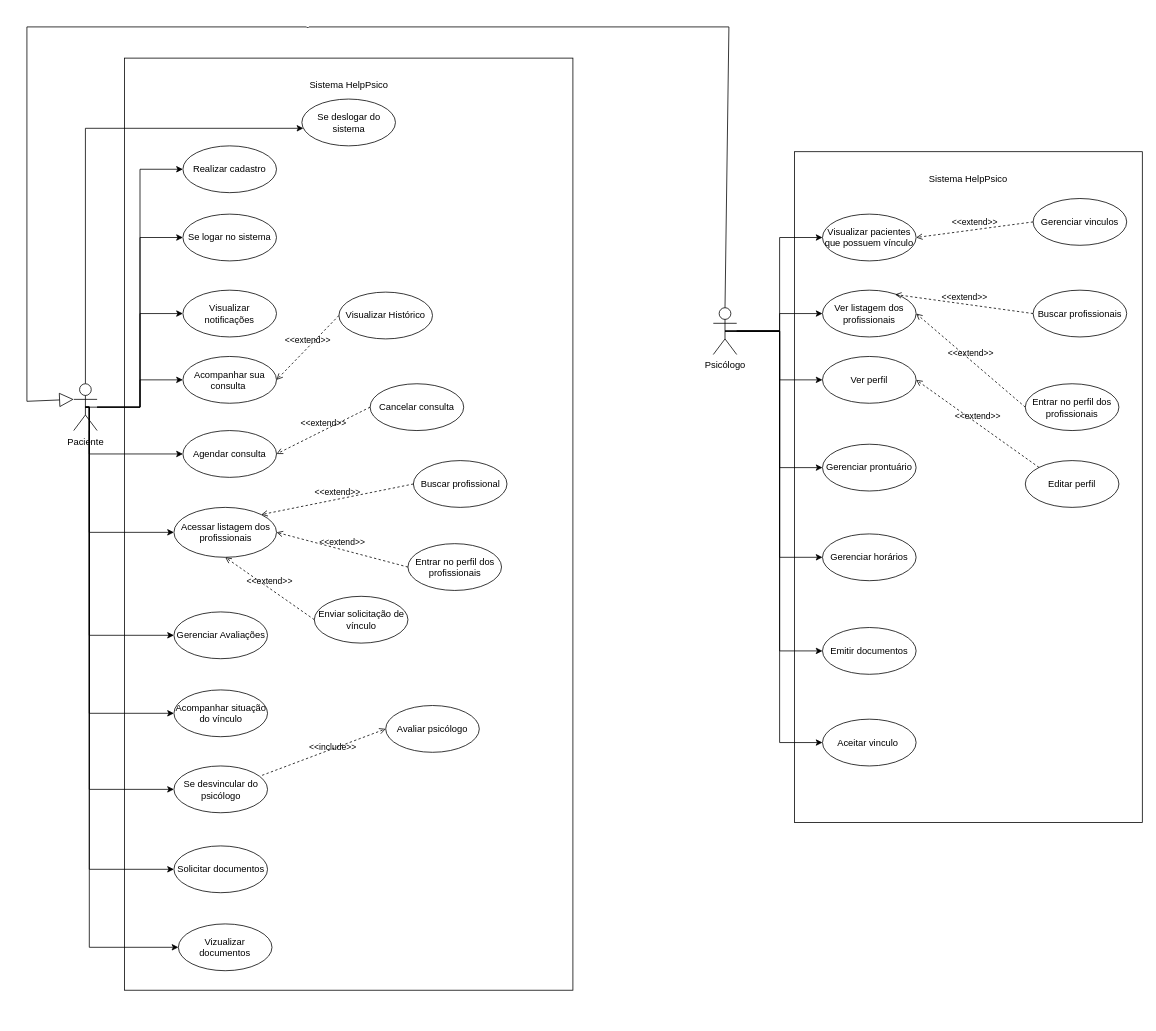
Before: Diagrama de caso de uso.drawio in LiraTecnologic/helppsico-documentacao, a draw.io diagram. Source tidied: cells renumbered, new cells numbered last; positions are measured from the earlier drawing's top-left corner, leaving out a move shared by most shapes. Both pictures are drawn from the tidied source at 78%, with x=0, y=0 at pixel (27, 27).
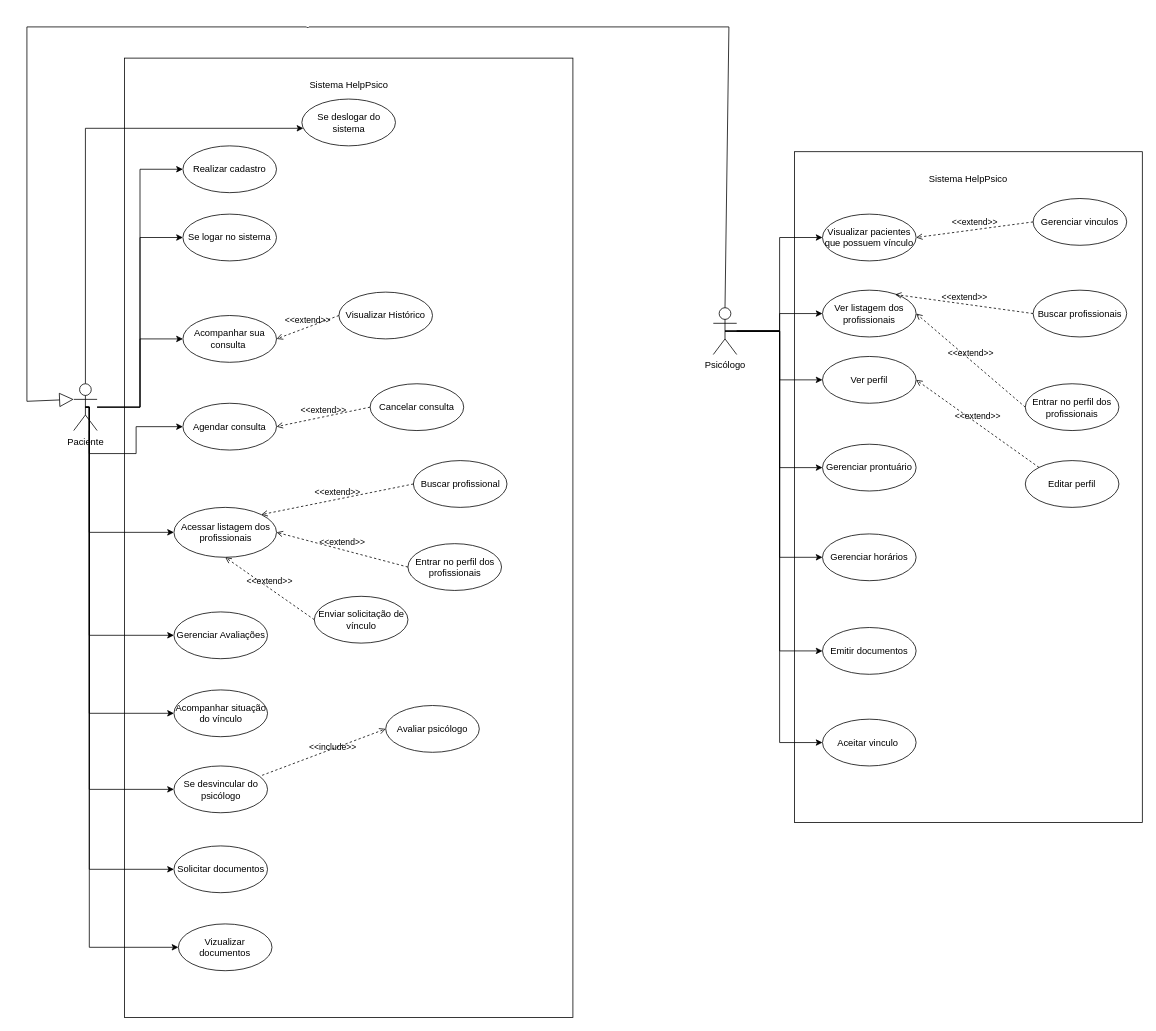
After the change.

Commit message (it also covers changes not shown here):
#DTR10:docs/Fazendo ajustes finais diagrama de caso de uso

Unchanged cells that the change refers to:
```xml
<mxCell id="9" value="Paciente" style="shape=umlActor;verticalLabelPosition=bottom;verticalAlign=top;html=1;outlineConnect=0;" parent="1" vertex="1">
  <mxGeometry x="60" y="457.5" width="30" height="60" as="geometry" />
</mxCell>
```

What changed in the source:
```diff
@@
     <mxCell id="2" style="rounded=0;whiteSpace=wrap;html=1;" parent="1" vertex="1">
-      <mxGeometry x="125" y="40" width="575" height="1195" as="geometry" />
+      <mxGeometry x="125" y="40" width="575" height="1230" as="geometry" />
     </mxCell>
@@
     <mxCell id="19" value="Acompanhar sua consulta&amp;nbsp;" style="ellipse;whiteSpace=wrap;html=1;" parent="1" vertex="1">
-      <mxGeometry x="200" y="422.5" width="120" height="60" as="geometry" />
+      <mxGeometry x="200" y="370" width="120" height="60" as="geometry" />
     </mxCell>
@@
-    <mxCell id="21" value="Visualizar notificações" style="ellipse;whiteSpace=wrap;html=1;" parent="1" vertex="1">
-      <mxGeometry x="200" y="337.5" width="120" height="60" as="geometry" />
-    </mxCell>
@@
-    <mxCell id="58" style="edgeStyle=orthogonalEdgeStyle;rounded=0;jettySize=auto;html=1;entryX=0;entryY=0.5;entryDx=0;entryDy=0;exitX=0.5;exitY=0.5;exitDx=0;exitDy=0;exitPerimeter=0;" parent="1" edge="1" source="9" target="21">
-      <mxGeometry relative="1" as="geometry" />
-    </mxCell>
@@
     <mxCell id="63" value="Agendar consulta" style="ellipse;whiteSpace=wrap;html=1;" parent="1" vertex="1">
-      <mxGeometry x="200" y="517.5" width="120" height="60" as="geometry" />
+      <mxGeometry x="200" y="482.5" width="120" height="60" as="geometry" />
     </mxCell>
     <mxCell id="64" style="edgeStyle=orthogonalEdgeStyle;rounded=0;jettySize=auto;html=1;entryX=0;entryY=0.5;entryDx=0;entryDy=0;exitX=0.5;exitY=0.5;exitDx=0;exitDy=0;exitPerimeter=0;" parent="1" edge="1" source="9" target="63">
       <mxGeometry relative="1" as="geometry">
         <Array as="points">
-          <mxPoint x="80" y="487" />
+          <mxPoint x="80" y="488" />
           <mxPoint x="80" y="547" />
+          <mxPoint x="140" y="547" />
+          <mxPoint x="140" y="513" />
         </Array>
       </mxGeometry>
     </mxCell>
```
